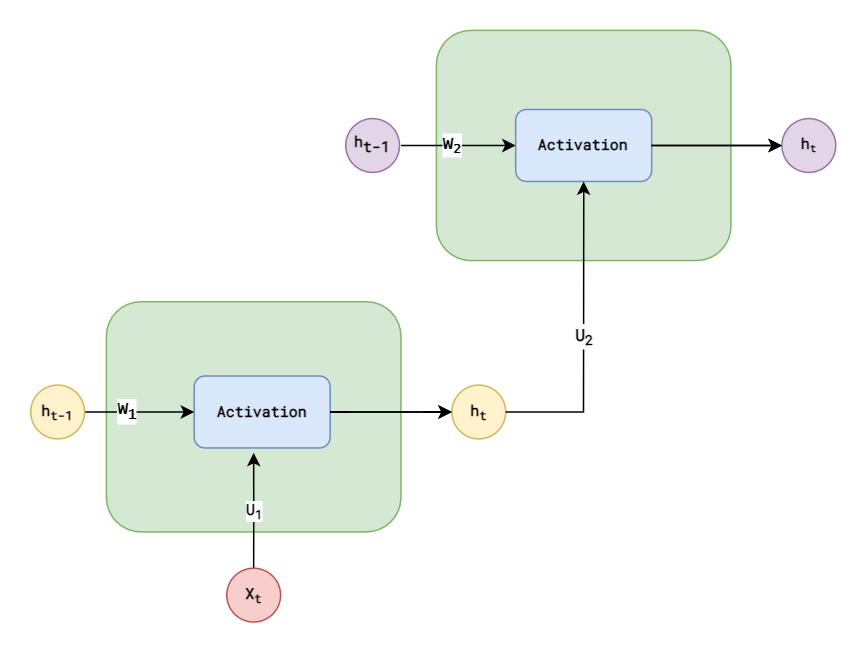
gokullan/machine-learning keeps this draw.io diagram as RNN/images/StackedRNNCells.png. Above is the earlier version. Source tidied: cells renumbered, new cells last; positions are measured from the earlier drawing's top-left corner, leaving out a move shared by most shapes.
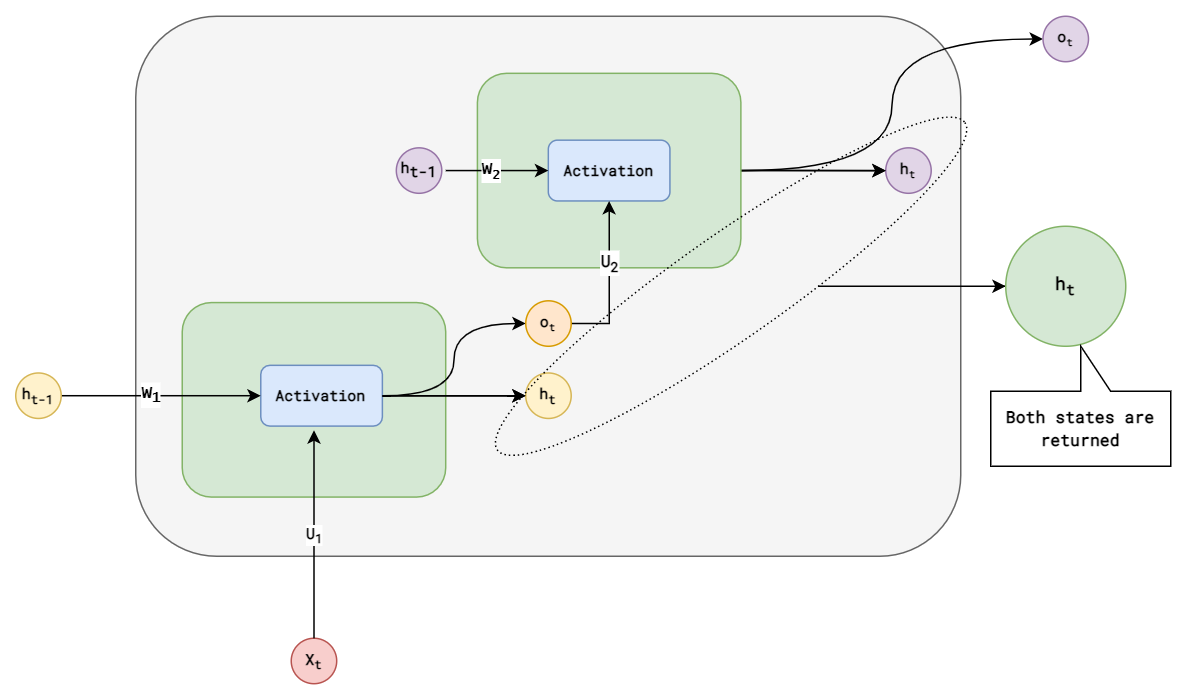
Later version of the same file.

The edit, as a diff of the source:
```diff
@@ -2,33 +2,46 @@
   <root>
     <mxCell id="0" />
     <mxCell id="1" parent="0" />
+    <mxCell id="21" style="rounded=1;whiteSpace=wrap;html=1;fillColor=#f5f5f5;fontColor=#333333;strokeColor=#666666;" parent="1" vertex="1">
+      <mxGeometry x="20" y="138.3" width="550" height="360" as="geometry" />
+    </mxCell>
+    <mxCell id="8" value="X&lt;sub&gt;t&lt;/sub&gt;" style="ellipse;whiteSpace=wrap;html=1;fontFamily=Roboto Mono;fontSource=https%3A%2F%2Ffonts.googleapis.com%2Fcss%3Ffamily%3DRoboto%2BMono;fontSize=10;fillColor=#f8cecc;strokeColor=#b85450;fontStyle=1;" parent="1" vertex="1">
+      <mxGeometry x="123.7" y="553" width="30.3" height="30.3" as="geometry" />
+    </mxCell>
+    <mxCell id="18" value="h&lt;span style=&quot;font-size: 8.33333px;&quot;&gt;&lt;sub&gt;t&lt;/sub&gt;&lt;/span&gt;" style="ellipse;whiteSpace=wrap;html=1;fontFamily=Roboto Mono;fontSource=https%3A%2F%2Ffonts.googleapis.com%2Fcss%3Ffamily%3DRoboto%2BMono;fontSize=10;fillColor=#e1d5e7;strokeColor=#9673a6;fontStyle=1;" parent="1" vertex="1">
+      <mxGeometry x="520" y="226.1" width="30.3" height="30.3" as="geometry" />
+    </mxCell>
+    <mxCell id="19" style="edgeStyle=orthogonalEdgeStyle;jettySize=auto;html=1;entryX=0;entryY=0.5;entryDx=0;entryDy=0;rounded=0;fontSize=10;fontStyle=1;" parent="1" edge="1" source="13" target="18">
+      <mxGeometry relative="1" as="geometry" />
+    </mxCell>
+    <mxCell id="20" style="edgeStyle=orthogonalEdgeStyle;rounded=0;jettySize=auto;html=1;fontSize=10;fontStyle=1;" parent="1" edge="1" source="13" target="18">
+      <mxGeometry relative="1" as="geometry" />
+    </mxCell>
     <mxCell id="2" style="rounded=1;whiteSpace=wrap;html=1;fillColor=#d5e8d4;fontFamily=Roboto Mono;fontSource=https%3A%2F%2Ffonts.googleapis.com%2Fcss%3Ffamily%3DRoboto%2BMono;fontSize=10;strokeColor=#82b366;fontStyle=1;" parent="1" vertex="1">
-      <mxGeometry x="50.4" y="180.7" width="196.4" height="153.5" as="geometry" />
+      <mxGeometry x="51" y="329.2" width="175.6" height="129.7" as="geometry" />
     </mxCell>
+    <mxCell id="22" style="edgeStyle=orthogonalEdgeStyle;jettySize=auto;html=1;entryX=0;entryY=0.5;entryDx=0;entryDy=0;curved=1;" parent="1" edge="1" source="3" target="29">
+      <mxGeometry relative="1" as="geometry" />
+    </mxCell>
     <mxCell id="3" value="Activation" style="rounded=1;whiteSpace=wrap;html=1;fontFamily=Roboto Mono;fontSource=https%3A%2F%2Ffonts.googleapis.com%2Fcss%3Ffamily%3DRoboto%2BMono;fontSize=10;fillColor=#dae8fc;strokeColor=#6c8ebf;fontStyle=1;" parent="1" vertex="1">
-      <mxGeometry x="109" y="230.2" width="90.6" height="48" as="geometry" />
+      <mxGeometry x="103.3" y="371.1" width="81.1" height="40.5" as="geometry" />
     </mxCell>
-    <mxCell id="4" style="edgeStyle=orthogonalEdgeStyle;rounded=0;jettySize=auto;html=1;exitX=1;exitY=0.5;exitDx=0;exitDy=0;fontStyle=1;entryX=0;entryY=0.5;entryDx=0;entryDy=0;" parent="1" edge="1" target="3">
-      <mxGeometry relative="1" as="geometry">
-        <mxPoint x="27.9" y="254.2" as="sourcePoint" />
-      </mxGeometry>
+    <mxCell id="4" style="edgeStyle=orthogonalEdgeStyle;rounded=0;jettySize=auto;html=1;exitX=1;exitY=0.5;exitDx=0;exitDy=0;fontStyle=1;entryX=0;entryY=0.5;entryDx=0;entryDy=0;" parent="1" edge="1" source="6" target="3">
+      <mxGeometry relative="1" as="geometry" />
     </mxCell>
     <mxCell id="5" value="&lt;font face=&quot;Lucida Console&quot;&gt;&lt;b&gt;W&lt;sub&gt;1&lt;/sub&gt;&lt;/b&gt;&lt;/font&gt;" style="edgeLabel;html=1;align=center;verticalAlign=middle;" parent="4" vertex="1">
       <mxGeometry x="-0.12" y="1" relative="1" as="geometry" />
     </mxCell>
     <mxCell id="6" value="h&lt;sub&gt;t-1&lt;/sub&gt;" style="ellipse;whiteSpace=wrap;html=1;fontFamily=Roboto Mono;fontSource=https%3A%2F%2Ffonts.googleapis.com%2Fcss%3Ffamily%3DRoboto%2BMono;fontSize=10;fillColor=#fff2cc;strokeColor=#d6b656;fontStyle=1;" parent="1" vertex="1">
-      <mxGeometry y="236.2" width="35.9" height="35.9" as="geometry" />
+      <mxGeometry x="-60" y="376.2" width="30.3" height="30.3" as="geometry" />
     </mxCell>
     <mxCell id="7" value="U&lt;sub&gt;1&lt;/sub&gt;" style="edgeStyle=orthogonalEdgeStyle;rounded=0;jettySize=auto;html=1;entryX=0.5;entryY=1;entryDx=0;entryDy=0;fontFamily=Roboto Mono;fontSource=https%3A%2F%2Ffonts.googleapis.com%2Fcss%3Ffamily%3DRoboto%2BMono;fontSize=10;fontStyle=1;" parent="1" edge="1" source="8">
       <mxGeometry relative="1" as="geometry">
-        <mxPoint x="148.6" y="281.4" as="targetPoint" />
+        <mxPoint x="138.8" y="414.3" as="targetPoint" />
       </mxGeometry>
     </mxCell>
-    <mxCell id="8" value="X&lt;sub&gt;t&lt;/sub&gt;" style="ellipse;whiteSpace=wrap;html=1;fontFamily=Roboto Mono;fontSource=https%3A%2F%2Ffonts.googleapis.com%2Fcss%3Ffamily%3DRoboto%2BMono;fontSize=10;fillColor=#f8cecc;strokeColor=#b85450;fontStyle=1;" parent="1" vertex="1">
-      <mxGeometry x="130.7" y="358.3" width="35.9" height="35.9" as="geometry" />
-    </mxCell>
     <mxCell id="9" value="h&lt;sub&gt;t&lt;/sub&gt;" style="ellipse;whiteSpace=wrap;html=1;fontFamily=Roboto Mono;fontSource=https%3A%2F%2Ffonts.googleapis.com%2Fcss%3Ffamily%3DRoboto%2BMono;fontSize=10;fillColor=#fff2cc;strokeColor=#d6b656;fontStyle=1;" parent="1" vertex="1">
-      <mxGeometry x="280.8" y="236.2" width="35.9" height="35.9" as="geometry" />
+      <mxGeometry x="280" y="376.2" width="30.3" height="30.3" as="geometry" />
     </mxCell>
     <mxCell id="10" style="edgeStyle=orthogonalEdgeStyle;jettySize=auto;html=1;entryX=0;entryY=0.5;entryDx=0;entryDy=0;rounded=0;fontSize=10;fontStyle=1;" parent="1" edge="1" source="3" target="9">
       <mxGeometry relative="1" as="geometry" />
@@ -36,34 +49,46 @@
     <mxCell id="11" style="edgeStyle=orthogonalEdgeStyle;rounded=0;jettySize=auto;html=1;fontSize=10;fontStyle=1;" parent="1" edge="1" source="3" target="9">
       <mxGeometry relative="1" as="geometry" />
     </mxCell>
+    <mxCell id="23" style="edgeStyle=orthogonalEdgeStyle;jettySize=auto;html=1;entryX=0;entryY=0.5;entryDx=0;entryDy=0;curved=1;" parent="1" edge="1" source="12" target="24">
+      <mxGeometry relative="1" as="geometry" />
+    </mxCell>
     <mxCell id="12" style="rounded=1;whiteSpace=wrap;html=1;fillColor=#d5e8d4;fontFamily=Roboto Mono;fontSource=https%3A%2F%2Ffonts.googleapis.com%2Fcss%3Ffamily%3DRoboto%2BMono;fontSize=10;strokeColor=#82b366;fontStyle=1;" parent="1" vertex="1">
-      <mxGeometry x="270.4" y="-0.2" width="196.4" height="153.5" as="geometry" />
+      <mxGeometry x="247.8" y="176.4" width="175.6" height="129.7" as="geometry" />
     </mxCell>
     <mxCell id="13" value="Activation" style="rounded=1;whiteSpace=wrap;html=1;fontFamily=Roboto Mono;fontSource=https%3A%2F%2Ffonts.googleapis.com%2Fcss%3Ffamily%3DRoboto%2BMono;fontSize=10;fillColor=#dae8fc;strokeColor=#6c8ebf;fontStyle=1;" parent="1" vertex="1">
-      <mxGeometry x="323.3" y="52.5" width="90.6" height="48" as="geometry" />
+      <mxGeometry x="295.1" y="220.9" width="81.1" height="40.5" as="geometry" />
     </mxCell>
     <mxCell id="14" style="edgeStyle=orthogonalEdgeStyle;rounded=0;jettySize=auto;html=1;exitX=1;exitY=0.5;exitDx=0;exitDy=0;fontStyle=1;entryX=0;entryY=0.5;entryDx=0;entryDy=0;" parent="1" edge="1" target="13">
       <mxGeometry relative="1" as="geometry">
-        <mxPoint x="246.9" y="76.5" as="sourcePoint" />
+        <mxPoint x="226.7" y="241.2" as="sourcePoint" />
       </mxGeometry>
     </mxCell>
     <mxCell id="15" value="&lt;font face=&quot;Lucida Console&quot;&gt;&lt;b&gt;W&lt;font size=&quot;1&quot;&gt;&lt;sub&gt;2&lt;/sub&gt;&lt;/font&gt;&lt;/b&gt;&lt;/font&gt;" style="edgeLabel;html=1;align=center;verticalAlign=middle;" parent="14" vertex="1">
       <mxGeometry x="-0.12" y="1" relative="1" as="geometry" />
     </mxCell>
     <mxCell id="16" value="h&lt;sub style=&quot;font-size: 10px;&quot;&gt;t-1&lt;/sub&gt;" style="ellipse;whiteSpace=wrap;html=1;fontFamily=Roboto Mono;fontSource=https%3A%2F%2Ffonts.googleapis.com%2Fcss%3Ffamily%3DRoboto%2BMono;fontSize=10;fillColor=#e1d5e7;fontStyle=1;fillStyle=solid;strokeColor=#9673a6;" parent="1" vertex="1">
-      <mxGeometry x="210" y="58.6" width="35.9" height="35.9" as="geometry" />
+      <mxGeometry x="193.7" y="226.1" width="30.3" height="30.3" as="geometry" />
     </mxCell>
-    <mxCell id="17" value="&lt;font face=&quot;Roboto Mono&quot;&gt;&lt;b&gt;U&lt;sub&gt;2&lt;/sub&gt;&lt;/b&gt;&lt;/font&gt;" style="edgeStyle=orthogonalEdgeStyle;rounded=0;jettySize=auto;html=1;entryX=0.5;entryY=1;entryDx=0;entryDy=0;exitX=1;exitY=0.5;exitDx=0;exitDy=0;" parent="1" edge="1" source="9" target="13">
-      <mxGeometry relative="1" as="geometry" />
+    <mxCell id="17" value="&lt;font face=&quot;Roboto Mono&quot;&gt;&lt;b&gt;U&lt;sub&gt;2&lt;/sub&gt;&lt;/b&gt;&lt;/font&gt;" style="edgeStyle=orthogonalEdgeStyle;rounded=0;jettySize=auto;html=1;entryX=0.5;entryY=1;entryDx=0;entryDy=0;exitX=1;exitY=0.5;exitDx=0;exitDy=0;" parent="1" edge="1" source="29" target="13">
+      <mxGeometry x="0.21" relative="1" as="geometry" />
     </mxCell>
-    <mxCell id="18" value="h&lt;span style=&quot;font-size: 8.33333px;&quot;&gt;&lt;sub&gt;t&lt;/sub&gt;&lt;/span&gt;" style="ellipse;whiteSpace=wrap;html=1;fontFamily=Roboto Mono;fontSource=https%3A%2F%2Ffonts.googleapis.com%2Fcss%3Ffamily%3DRoboto%2BMono;fontSize=10;fillColor=#e1d5e7;strokeColor=#9673a6;fontStyle=1;" parent="1" vertex="1">
-      <mxGeometry x="500.8" y="58.6" width="35.9" height="35.9" as="geometry" />
-    </mxCell>
-    <mxCell id="19" style="edgeStyle=orthogonalEdgeStyle;jettySize=auto;html=1;entryX=0;entryY=0.5;entryDx=0;entryDy=0;rounded=0;fontSize=10;fontStyle=1;" parent="1" edge="1" source="13" target="18">
-      <mxGeometry relative="1" as="geometry" />
-    </mxCell>
-    <mxCell id="20" style="edgeStyle=orthogonalEdgeStyle;rounded=0;jettySize=auto;html=1;fontSize=10;fontStyle=1;" parent="1" edge="1" source="13" target="18">
-      <mxGeometry relative="1" as="geometry" />
-    </mxCell>
+    <mxCell id="24" value="o&lt;span style=&quot;font-size: 8.33333px;&quot;&gt;&lt;sub&gt;t&lt;/sub&gt;&lt;/span&gt;" style="ellipse;whiteSpace=wrap;html=1;fontFamily=Roboto Mono;fontSource=https%3A%2F%2Ffonts.googleapis.com%2Fcss%3Ffamily%3DRoboto%2BMono;fontSize=10;fillColor=#e1d5e7;strokeColor=#9673a6;fontStyle=1;" parent="1" vertex="1">
+      <mxGeometry x="624.9" y="138.3" width="30.3" height="30.3" as="geometry" />
+    </mxCell>
+    <mxCell id="25" style="edgeStyle=orthogonalEdgeStyle;rounded=0;jettySize=auto;html=1;entryX=0;entryY=0.5;entryDx=0;entryDy=0;" parent="1" edge="1" source="26" target="27">
+      <mxGeometry relative="1" as="geometry" />
+    </mxCell>
+    <mxCell id="26" style="ellipse;whiteSpace=wrap;html=1;fillColor=none;rotation=-35;dashed=1;dashPattern=1 2;" parent="1" vertex="1">
+      <mxGeometry x="226.6" y="283.8" width="380.5" height="69" as="geometry" />
+    </mxCell>
+    <mxCell id="27" value="&lt;font face=&quot;Roboto Mono&quot;&gt;&lt;b&gt;h&lt;sub&gt;t&lt;/sub&gt;&lt;/b&gt;&lt;/font&gt;" style="ellipse;whiteSpace=wrap;html=1;fillColor=#d5e8d4;strokeColor=#82b366;" parent="1" vertex="1">
+      <mxGeometry x="600" y="278.3" width="80" height="80" as="geometry" />
+    </mxCell>
+    <mxCell id="28" value="&lt;font style=&quot;font-size: 11px;&quot; face=&quot;Roboto Mono&quot;&gt;&lt;b&gt;Both states are returned&lt;/b&gt;&lt;/font&gt;" style="shape=callout;whiteSpace=wrap;html=1;perimeter=calloutPerimeter;flipV=1;" parent="1" vertex="1">
+      <mxGeometry x="590" y="358.3" width="120" height="80" as="geometry" />
+    </mxCell>
+    <mxCell id="29" value="o&lt;span style=&quot;font-size: 8.33333px;&quot;&gt;&lt;sub&gt;t&lt;/sub&gt;&lt;/span&gt;" style="ellipse;whiteSpace=wrap;html=1;fontFamily=Roboto Mono;fontSource=https%3A%2F%2Ffonts.googleapis.com%2Fcss%3Ffamily%3DRoboto%2BMono;fontSize=10;fillColor=#ffe6cc;strokeColor=#d79b00;fontStyle=1;" parent="1" vertex="1">
+      <mxGeometry x="280" y="328" width="30.3" height="30.3" as="geometry" />
+    </mxCell>
   </root>
 </mxGraphModel>
```
